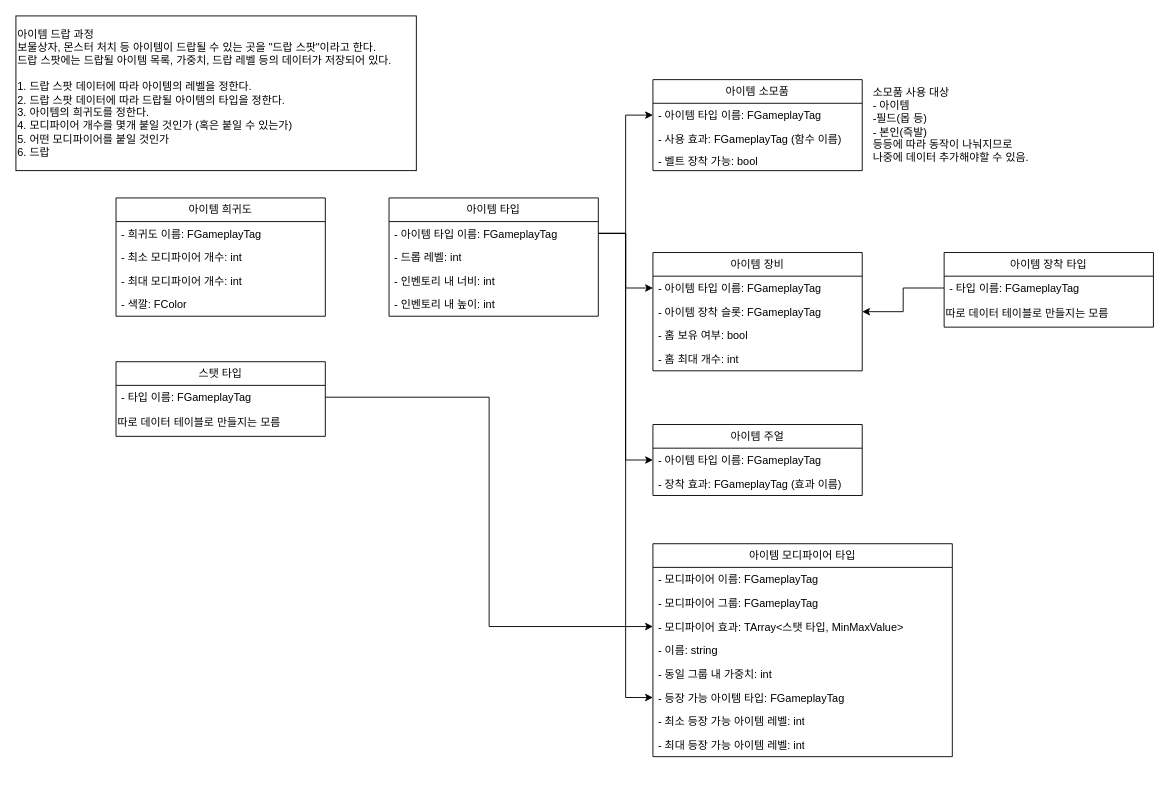
The draw.io diagram ItemData.drawio in virtus2/prototype, before the edit. Source tidied: cells renumbered, new cells numbered last; positions are measured from the earlier drawing's top-left corner, leaving out a move shared by most shapes. Both pictures are drawn from the tidied source at 91%, with x=0, y=0 at pixel (15, 15).
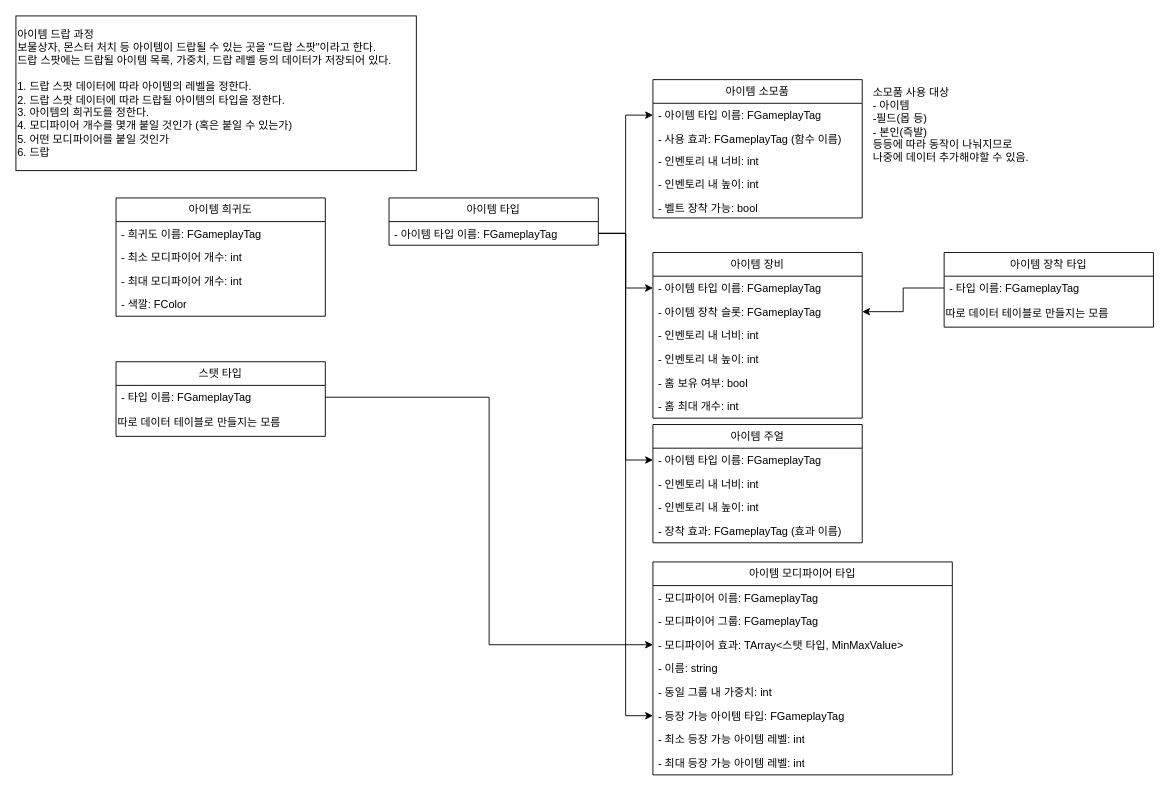
The same page after the edit.

Commit message:
docs: 아이템 구조도 수정

Change to the diagram source:
```diff
@@
     <mxCell id="2" value="아이템 타입" style="swimlane;fontStyle=0;horizontal=1;startSize=26;fillColor=none;whiteSpace=wrap;html=1;" parent="1" vertex="1">
-      <mxGeometry x="410" y="200" width="230" height="130" as="geometry" />
+      <mxGeometry x="410" y="200" width="230" height="52" as="geometry" />
     </mxCell>
@@
-    <mxCell id="4" value="- 드롭 레벨: int" style="text;strokeColor=none;fillColor=none;align=left;verticalAlign=top;spacingLeft=4;spacingRight=4;overflow=hidden;whiteSpace=wrap;html=1;" parent="2" vertex="1">
-      <mxGeometry y="52" width="230" height="26" as="geometry" />
-    </mxCell>
-    <mxCell id="5" value="- 인벤토리 내 너비: int" style="text;strokeColor=none;fillColor=none;align=left;verticalAlign=top;spacingLeft=4;spacingRight=4;overflow=hidden;whiteSpace=wrap;html=1;" parent="2" vertex="1">
-      <mxGeometry y="78" width="230" height="26" as="geometry" />
-    </mxCell>
-    <mxCell id="6" value="- 인벤토리 내 높이: int" style="text;strokeColor=none;fillColor=none;align=left;verticalAlign=top;spacingLeft=4;spacingRight=4;overflow=hidden;whiteSpace=wrap;html=1;" parent="2" vertex="1">
-      <mxGeometry y="104" width="230" height="26" as="geometry" />
-    </mxCell>
     <mxCell id="7" value="아이템 소모품" style="swimlane;fontStyle=0;horizontal=1;startSize=26;fillColor=none;whiteSpace=wrap;html=1;" parent="1" vertex="1">
-      <mxGeometry x="700" y="70" width="230" height="100" as="geometry" />
+      <mxGeometry x="700" y="70" width="230" height="152" as="geometry" />
     </mxCell>
@@
+    <mxCell id="47" value="- 인벤토리 내 너비: int" style="text;strokeColor=none;fillColor=none;align=left;verticalAlign=top;spacingLeft=4;spacingRight=4;overflow=hidden;whiteSpace=wrap;html=1;" parent="7" vertex="1">
+      <mxGeometry y="76" width="230" height="26" as="geometry" />
+    </mxCell>
+    <mxCell id="48" value="- 인벤토리 내 높이: int" style="text;strokeColor=none;fillColor=none;align=left;verticalAlign=top;spacingLeft=4;spacingRight=4;overflow=hidden;whiteSpace=wrap;html=1;" parent="7" vertex="1">
+      <mxGeometry y="102" width="230" height="26" as="geometry" />
+    </mxCell>
     <mxCell id="10" value="- 벨트 장착 가능: bool" style="text;strokeColor=none;fillColor=none;align=left;verticalAlign=top;spacingLeft=4;spacingRight=4;overflow=hidden;whiteSpace=wrap;html=1;" parent="7" vertex="1">
-      <mxGeometry y="76" width="230" height="24" as="geometry" />
+      <mxGeometry y="128" width="230" height="24" as="geometry" />
     </mxCell>
     <mxCell id="11" value="아이템 장비" style="swimlane;fontStyle=0;horizontal=1;startSize=26;fillColor=none;whiteSpace=wrap;html=1;" parent="1" vertex="1">
-      <mxGeometry x="700" y="260" width="230" height="130" as="geometry" />
+      <mxGeometry x="700" y="260" width="230" height="182" as="geometry" />
     </mxCell>
@@
+    <mxCell id="5" value="- 인벤토리 내 너비: int" style="text;strokeColor=none;fillColor=none;align=left;verticalAlign=top;spacingLeft=4;spacingRight=4;overflow=hidden;whiteSpace=wrap;html=1;" parent="11" vertex="1">
+      <mxGeometry y="78" width="230" height="26" as="geometry" />
+    </mxCell>
+    <mxCell id="6" value="- 인벤토리 내 높이: int" style="text;strokeColor=none;fillColor=none;align=left;verticalAlign=top;spacingLeft=4;spacingRight=4;overflow=hidden;whiteSpace=wrap;html=1;" parent="11" vertex="1">
+      <mxGeometry y="104" width="230" height="26" as="geometry" />
+    </mxCell>
     <mxCell id="14" value="- 홈 보유 여부: bool" style="text;strokeColor=none;fillColor=none;align=left;verticalAlign=top;spacingLeft=4;spacingRight=4;overflow=hidden;whiteSpace=wrap;html=1;" parent="11" vertex="1">
-      <mxGeometry y="78" width="230" height="26" as="geometry" />
+      <mxGeometry y="130" width="230" height="26" as="geometry" />
     </mxCell>
     <mxCell id="15" value="- 홈 최대 개수: int" style="text;strokeColor=none;fillColor=none;align=left;verticalAlign=top;spacingLeft=4;spacingRight=4;overflow=hidden;whiteSpace=wrap;html=1;" parent="11" vertex="1">
-      <mxGeometry y="104" width="230" height="26" as="geometry" />
+      <mxGeometry y="156" width="230" height="26" as="geometry" />
     </mxCell>
@@
     <mxCell id="17" value="아이템 주얼" style="swimlane;fontStyle=0;horizontal=1;startSize=26;fillColor=none;whiteSpace=wrap;html=1;" parent="1" vertex="1">
-      <mxGeometry x="700" y="449" width="230" height="78" as="geometry" />
+      <mxGeometry x="700" y="449" width="230" height="130" as="geometry" />
     </mxCell>
@@
+    <mxCell id="49" value="- 인벤토리 내 너비: int" style="text;strokeColor=none;fillColor=none;align=left;verticalAlign=top;spacingLeft=4;spacingRight=4;overflow=hidden;whiteSpace=wrap;html=1;" parent="17" vertex="1">
+      <mxGeometry y="52" width="230" height="26" as="geometry" />
+    </mxCell>
+    <mxCell id="50" value="- 인벤토리 내 높이: int" style="text;strokeColor=none;fillColor=none;align=left;verticalAlign=top;spacingLeft=4;spacingRight=4;overflow=hidden;whiteSpace=wrap;html=1;" parent="17" vertex="1">
+      <mxGeometry y="78" width="230" height="26" as="geometry" />
+    </mxCell>
     <mxCell id="19" value="- 장착 효과: FGameplayTag (효과 이름)" style="text;strokeColor=none;fillColor=none;align=left;verticalAlign=top;spacingLeft=4;spacingRight=4;overflow=hidden;whiteSpace=wrap;html=1;" parent="17" vertex="1">
-      <mxGeometry y="52" width="230" height="26" as="geometry" />
+      <mxGeometry y="104" width="230" height="26" as="geometry" />
     </mxCell>
@@
     <mxCell id="23" value="아이템 모디파이어 타입" style="swimlane;fontStyle=0;horizontal=1;startSize=26;fillColor=none;whiteSpace=wrap;html=1;" parent="1" vertex="1">
-      <mxGeometry x="700" y="580" width="329" height="234" as="geometry" />
+      <mxGeometry x="700" y="600" width="329" height="234" as="geometry" />
     </mxCell>
```
